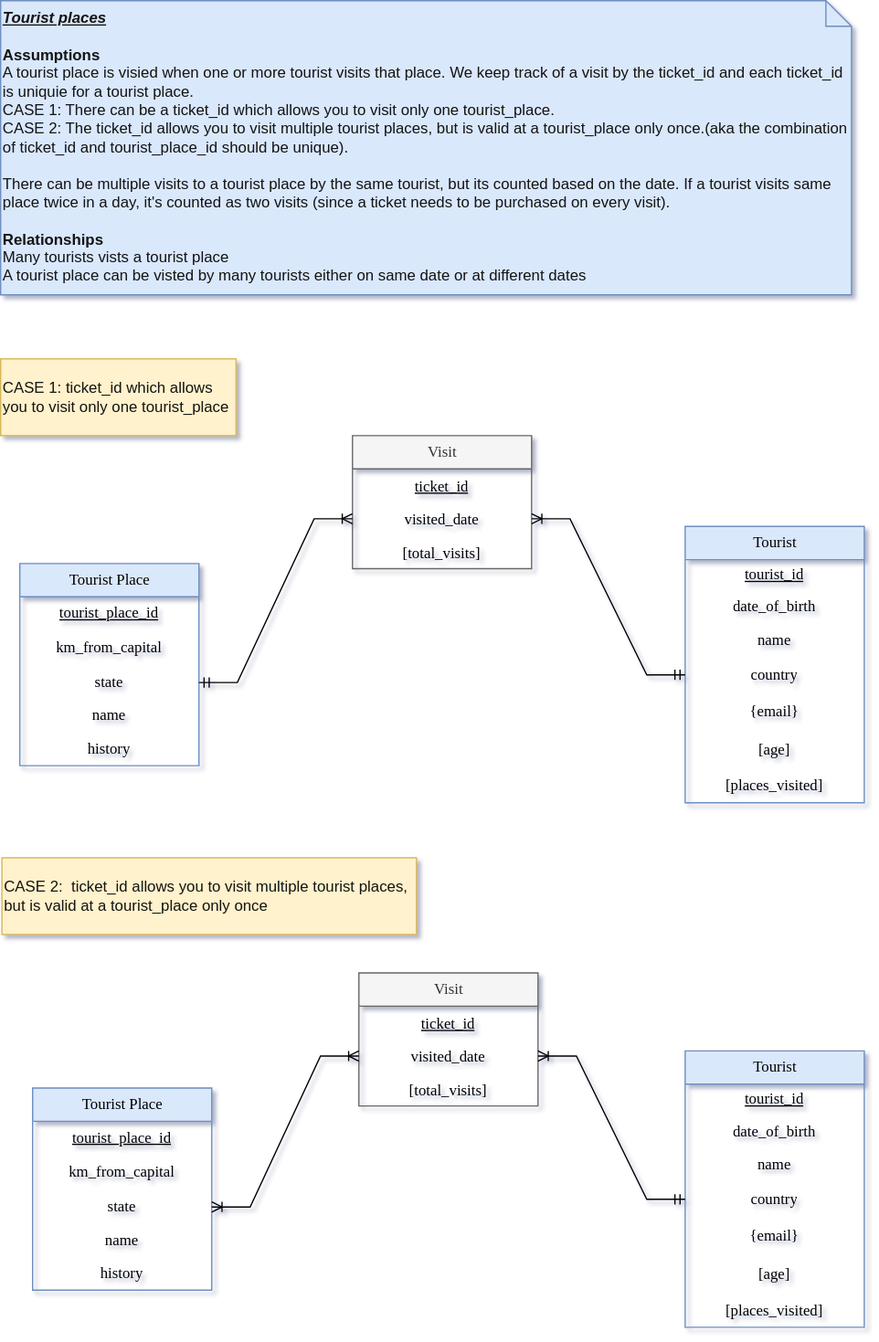
Above: Tourism.drawio.svg in supriya-kotturu/entity-relationship-diagrams (draw.io), before the change. Source tidied: cells renumbered, new cells last; positions are measured from the earlier drawing's top-left corner, leaving out a move shared by most shapes.
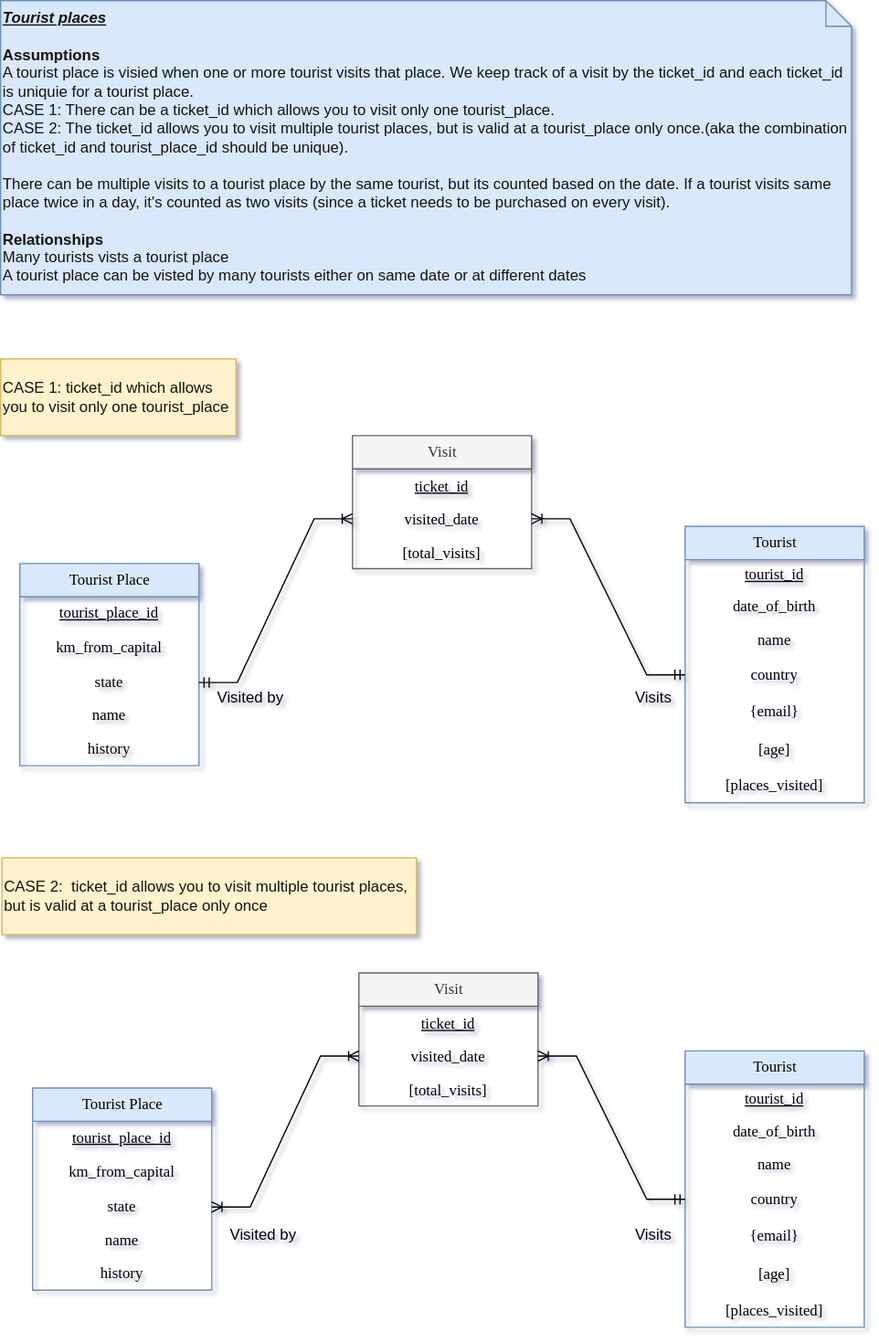
After the commit.

Change to the diagram source:
```diff
@@ -131,5 +131,17 @@
     <mxCell id="44" style="edgeStyle=entityRelationEdgeStyle;fontSize=12;html=1;endArrow=ERoneToMany;startArrow=ERoneToMany;rounded=0;exitX=1;exitY=0.5;exitDx=0;exitDy=0;entryX=0;entryY=0.5;entryDx=0;entryDy=0;" parent="1" edge="1" source="28" target="41">
       <mxGeometry relative="1" as="geometry" />
     </mxCell>
+    <mxCell id="45" value="Visits" style="text;html=1;align=center;verticalAlign=middle;strokeColor=none;fillColor=none;" parent="1" vertex="1">
+      <mxGeometry x="485" y="530" width="50" height="30" as="geometry" />
+    </mxCell>
+    <mxCell id="46" value="Visited by" style="text;html=1;align=center;verticalAlign=middle;strokeColor=none;fillColor=none;" parent="1" vertex="1">
+      <mxGeometry x="155" y="530" width="80" height="30" as="geometry" />
+    </mxCell>
+    <mxCell id="47" value="Visits" style="text;html=1;align=center;verticalAlign=middle;strokeColor=none;fillColor=none;" parent="1" vertex="1">
+      <mxGeometry x="485" y="950" width="50" height="30" as="geometry" />
+    </mxCell>
+    <mxCell id="48" value="Visited by" style="text;html=1;align=center;verticalAlign=middle;strokeColor=none;fillColor=none;" parent="1" vertex="1">
+      <mxGeometry x="165" y="950" width="80" height="30" as="geometry" />
+    </mxCell>
   </root>
 </mxGraphModel>
```
